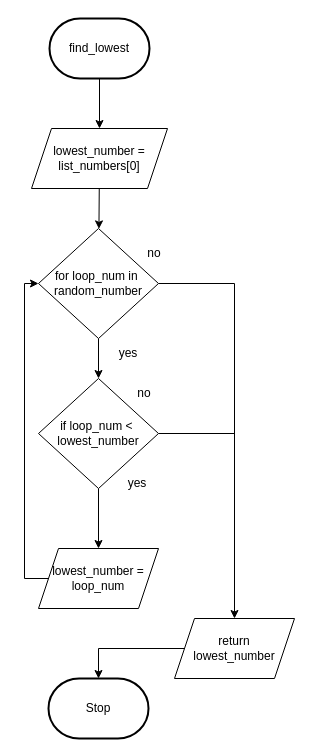
The draw.io diagram Draw.io/Flowchart.drawio in Peter-Gemmell/ICS3U-Unit6-03-Python, before the edit. Source tidied: cells renumbered, new cells numbered last; positions are measured from the earlier drawing's top-left corner, leaving out a move shared by most shapes. Both pictures are drawn from the tidied source at 100%, with x=0, y=0 at pixel (24, 18).
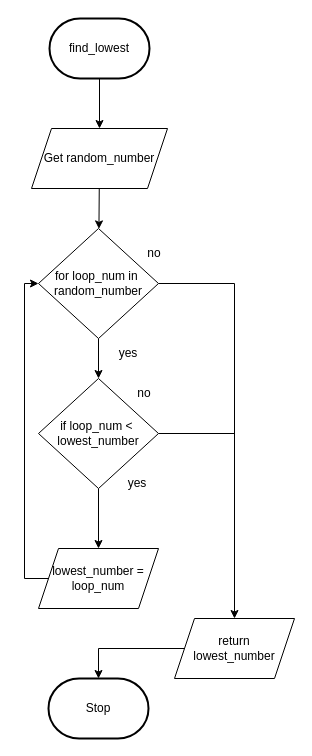
The same page after the edit.

Diff of the diagram source:
```diff
@@
-    <mxCell id="14" value="lowest_number = list_numbers[0]" style="shape=parallelogram;perimeter=parallelogramPerimeter;whiteSpace=wrap;html=1;fixedSize=1;" parent="1" vertex="1">
+    <mxCell id="14" value="Get random_number" style="shape=parallelogram;perimeter=parallelogramPerimeter;whiteSpace=wrap;html=1;fixedSize=1;" parent="1" vertex="1">
       <mxGeometry x="7" y="110" width="136" height="60" as="geometry" />
     </mxCell>
```
